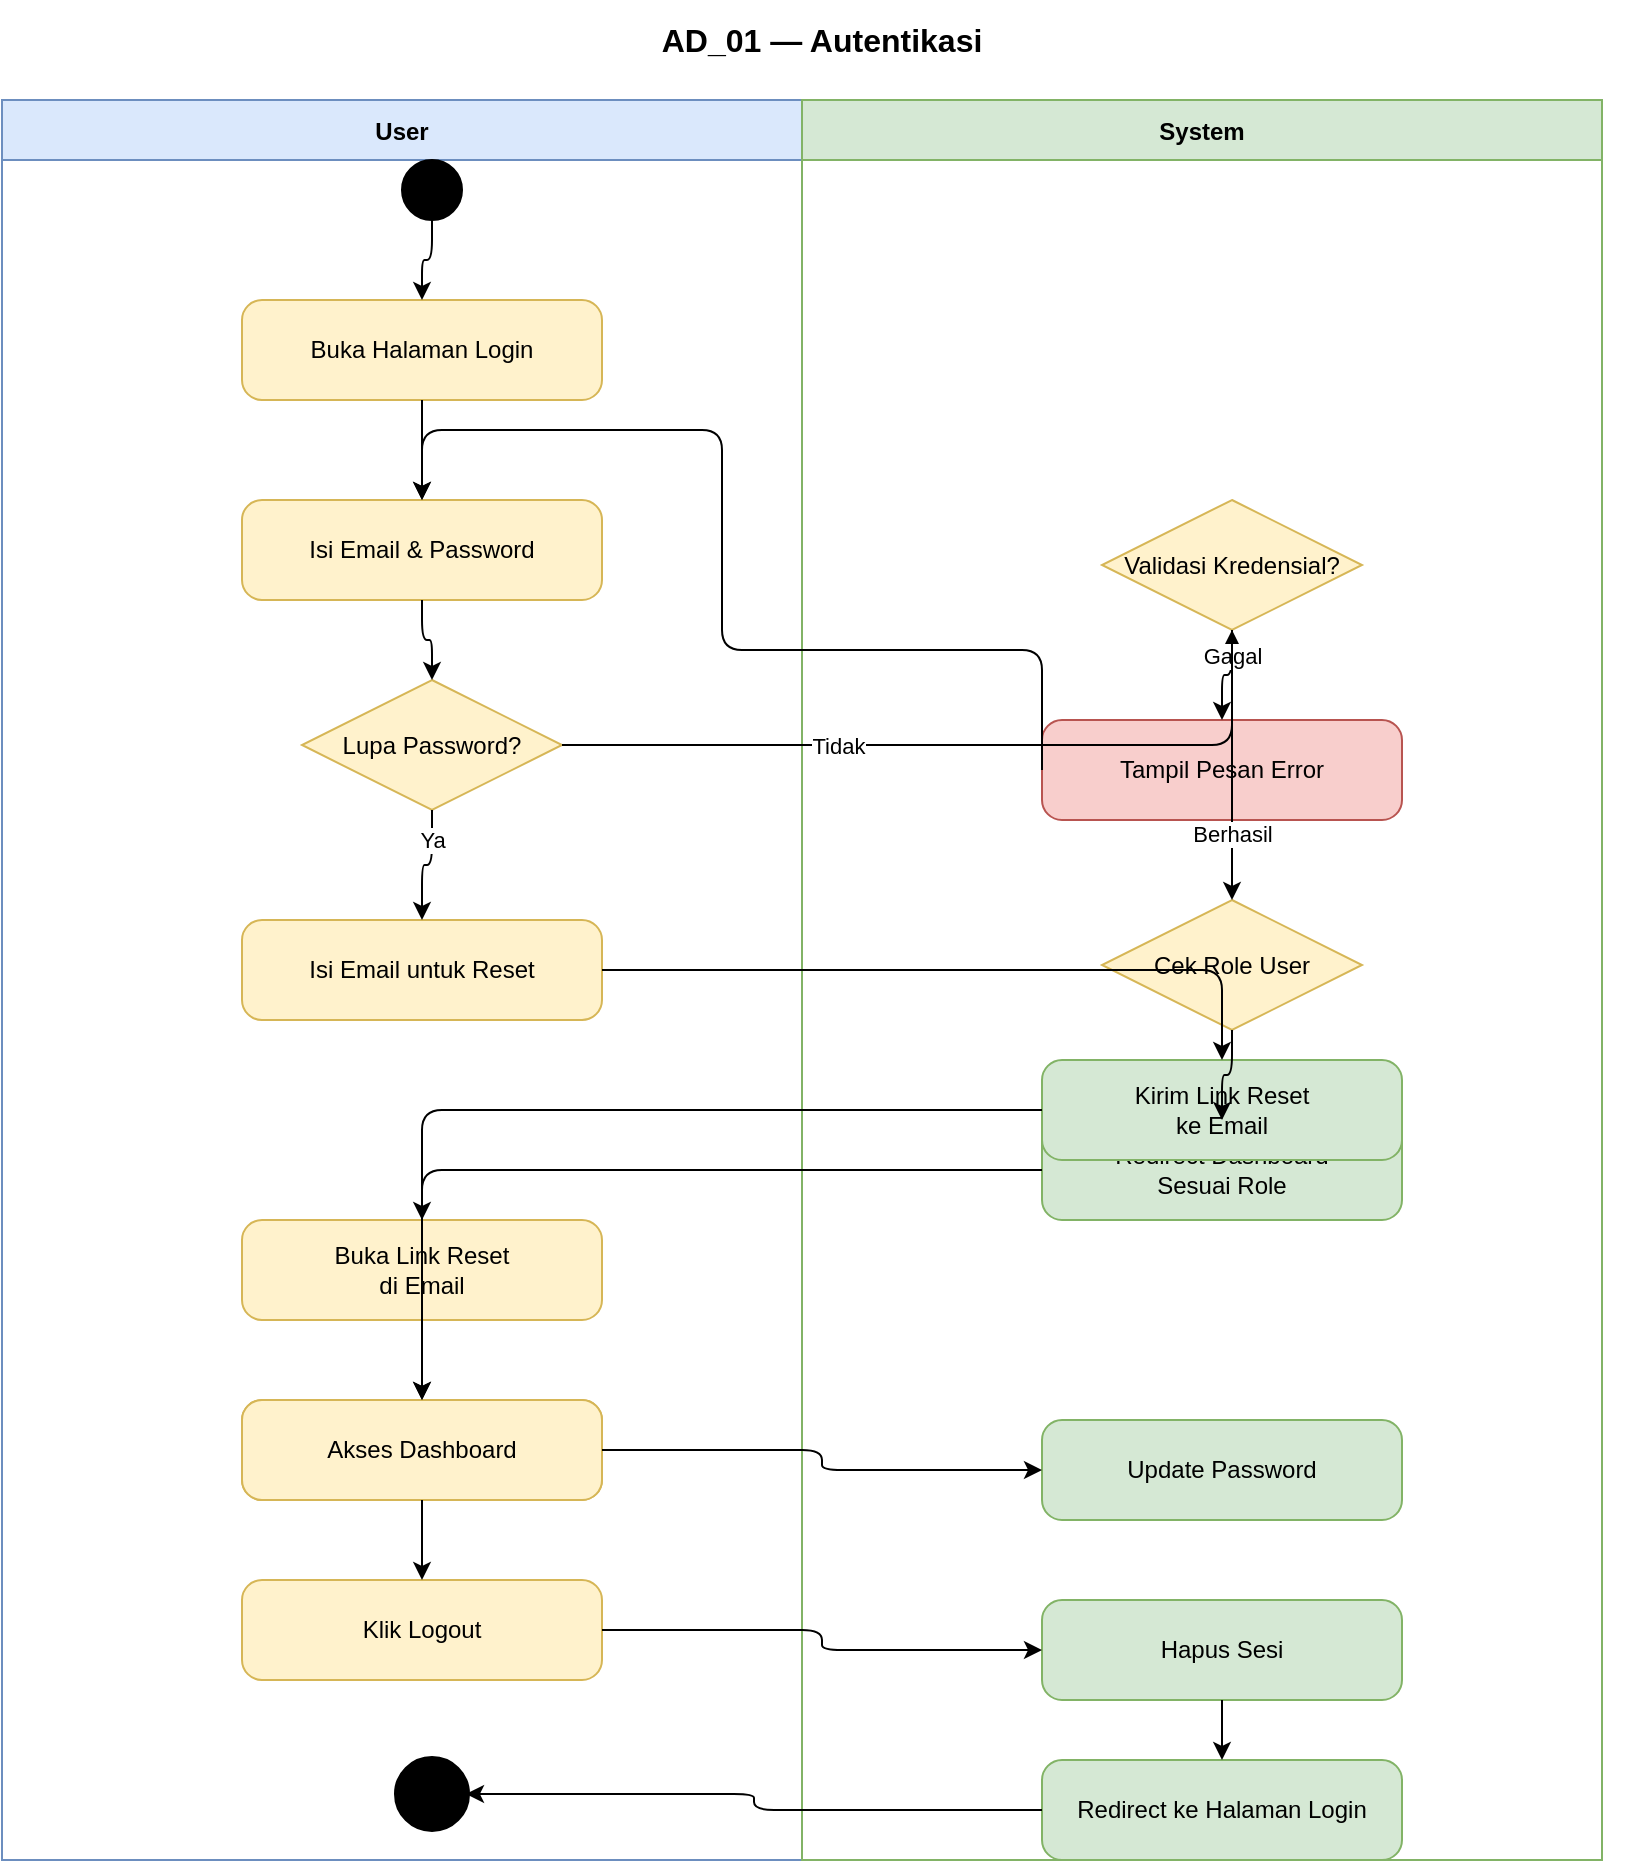
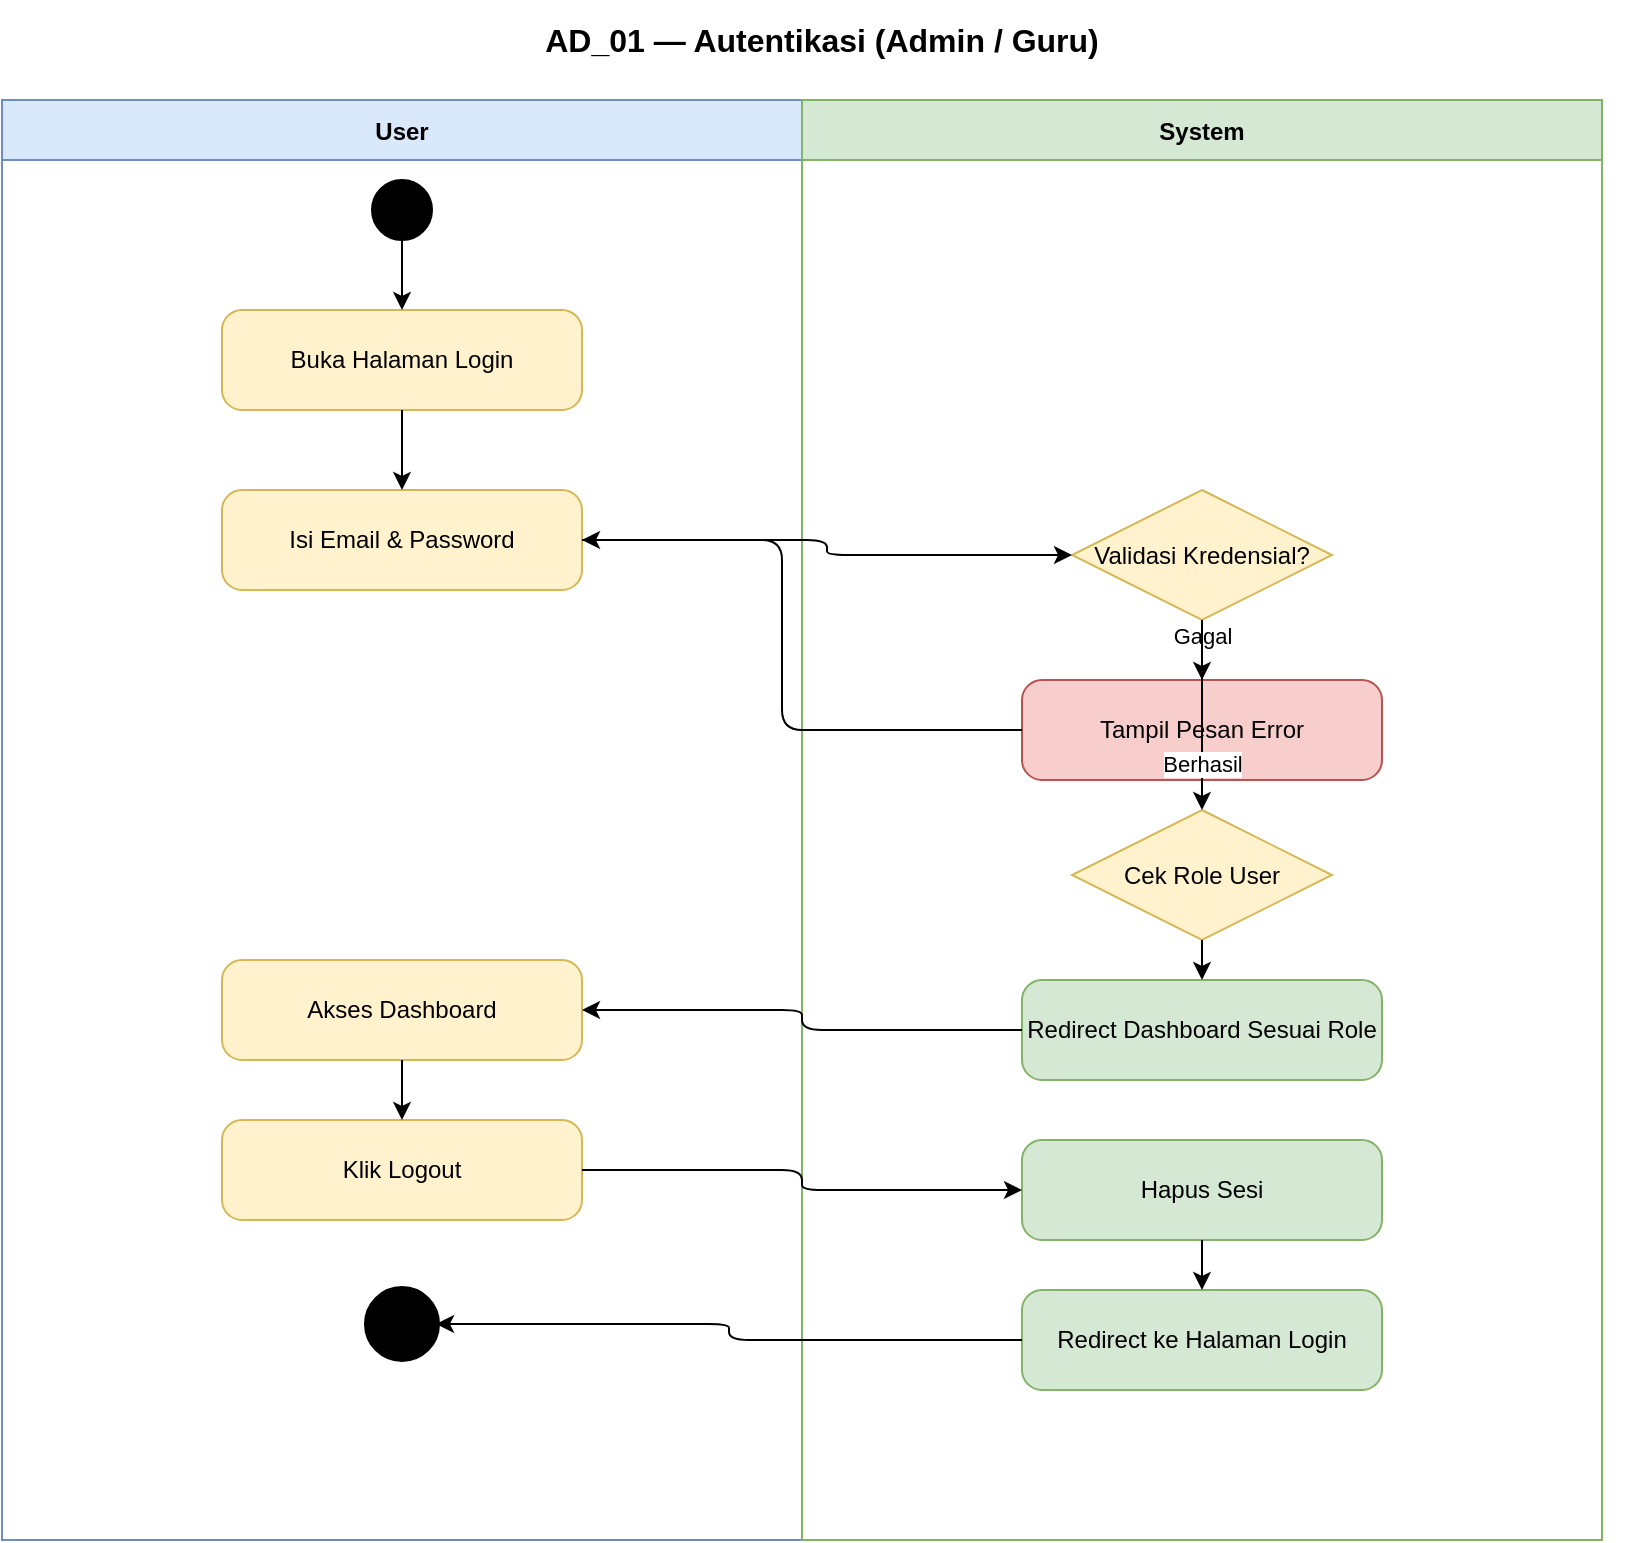
<?xml version="1.0" encoding="UTF-8"?>
<mxfile host="app.diagrams.net">
  <diagram name="Page-1">
    <mxGraphModel dx="1422" dy="762" grid="1" gridSize="10" guides="1" tooltips="1" connect="1" arrows="1" fold="1" page="1" pageScale="1" pageWidth="1169" pageHeight="827" math="0" shadow="0">
  <root>
    <mxCell id="0"/>
    <mxCell id="1" parent="0"/>

    <!-- Title -->
-     <mxCell id="title" value="AD_01 — Autentikasi" style="text;html=1;strokeColor=none;fillColor=none;align=center;verticalAlign=middle;whiteSpace=wrap;fontSize=16;fontStyle=1;" vertex="1" parent="1">
+     <mxCell id="title" value="AD_01 — Autentikasi (Admin / Guru)" style="text;html=1;strokeColor=none;fillColor=none;align=center;verticalAlign=middle;whiteSpace=wrap;fontSize=16;fontStyle=1;" vertex="1" parent="1">
      <mxGeometry x="20" y="10" width="820" height="40" as="geometry"/>
    </mxCell>

    <!-- Lane 1: User -->
    <mxCell id="lane1" value="User" style="swimlane;startSize=30;fillColor=#dae8fc;strokeColor=#6c8ebf;fontStyle=1;fontSize=12;" vertex="1" parent="1">
-       <mxGeometry x="20" y="60" width="400" height="880" as="geometry"/>
+       <mxGeometry x="20" y="60" width="400" height="720" as="geometry"/>
    </mxCell>

    <!-- Lane 2: System -->
    <mxCell id="lane2" value="System" style="swimlane;startSize=30;fillColor=#d5e8d4;strokeColor=#82b366;fontStyle=1;fontSize=12;" vertex="1" parent="1">
-       <mxGeometry x="420" y="60" width="400" height="880" as="geometry"/>
+       <mxGeometry x="420" y="60" width="400" height="720" as="geometry"/>
    </mxCell>

    <!-- ===== USER LANE ===== -->

    <!-- Start -->
    <mxCell id="u_start" value="" style="ellipse;aspect=fixed;fillColor=#000000;strokeColor=#000000;" vertex="1" parent="1">
-       <mxGeometry x="220" y="90" width="30" height="30" as="geometry"/>
+       <mxGeometry x="205" y="100" width="30" height="30" as="geometry"/>
    </mxCell>

    <!-- Buka Halaman Login -->
    <mxCell id="u_open" value="Buka Halaman Login" style="rounded=1;whiteSpace=wrap;html=1;fillColor=#fff2cc;strokeColor=#d6b656;arcSize=20;" vertex="1" parent="1">
-       <mxGeometry x="140" y="160" width="180" height="50" as="geometry"/>
+       <mxGeometry x="130" y="165" width="180" height="50" as="geometry"/>
    </mxCell>

    <!-- Isi Email & Password -->
    <mxCell id="u_fill" value="Isi Email &amp; Password" style="rounded=1;whiteSpace=wrap;html=1;fillColor=#fff2cc;strokeColor=#d6b656;arcSize=20;" vertex="1" parent="1">
-       <mxGeometry x="140" y="260" width="180" height="50" as="geometry"/>
+       <mxGeometry x="130" y="255" width="180" height="50" as="geometry"/>
    </mxCell>

-     <!-- Klik Lupa Password? (Decision) -->
-     <mxCell id="u_forgot_dec" value="Lupa Password?" style="rhombus;whiteSpace=wrap;html=1;fillColor=#fff2cc;strokeColor=#d6b656;" vertex="1" parent="1">
-       <mxGeometry x="170" y="350" width="130" height="65" as="geometry"/>
-     </mxCell>
- 
-     <!-- Isi Email Reset -->
-     <mxCell id="u_reset_email" value="Isi Email untuk Reset" style="rounded=1;whiteSpace=wrap;html=1;fillColor=#fff2cc;strokeColor=#d6b656;arcSize=20;" vertex="1" parent="1">
-       <mxGeometry x="140" y="470" width="180" height="50" as="geometry"/>
-     </mxCell>
- 
-     <!-- Buka Link Reset di Email -->
-     <mxCell id="u_open_link" value="Buka Link Reset&lt;br&gt;di Email" style="rounded=1;whiteSpace=wrap;html=1;fillColor=#fff2cc;strokeColor=#d6b656;arcSize=20;" vertex="1" parent="1">
-       <mxGeometry x="140" y="620" width="180" height="50" as="geometry"/>
-     </mxCell>
- 
-     <!-- Isi Password Baru -->
-     <mxCell id="u_new_pass" value="Isi Password Baru" style="rounded=1;whiteSpace=wrap;html=1;fillColor=#fff2cc;strokeColor=#d6b656;arcSize=20;" vertex="1" parent="1">
-       <mxGeometry x="140" y="710" width="180" height="50" as="geometry"/>
-     </mxCell>
- 
-     <!-- Akses Dashboard (main flow) -->
+     <!-- Akses Dashboard -->
    <mxCell id="u_dashboard" value="Akses Dashboard" style="rounded=1;whiteSpace=wrap;html=1;fillColor=#fff2cc;strokeColor=#d6b656;arcSize=20;" vertex="1" parent="1">
-       <mxGeometry x="140" y="710" width="180" height="50" as="geometry"/>
+       <mxGeometry x="130" y="490" width="180" height="50" as="geometry"/>
    </mxCell>

    <!-- Klik Logout -->
    <mxCell id="u_logout" value="Klik Logout" style="rounded=1;whiteSpace=wrap;html=1;fillColor=#fff2cc;strokeColor=#d6b656;arcSize=20;" vertex="1" parent="1">
-       <mxGeometry x="140" y="800" width="180" height="50" as="geometry"/>
+       <mxGeometry x="130" y="570" width="180" height="50" as="geometry"/>
    </mxCell>

    <!-- End -->
    <mxCell id="u_end" value="" style="ellipse;aspect=fixed;fillColor=#000000;strokeColor=#000000;strokeWidth=4;" vertex="1" parent="1">
-       <mxGeometry x="218" y="890" width="34" height="34" as="geometry"/>
+       <mxGeometry x="203" y="655" width="34" height="34" as="geometry"/>
    </mxCell>

    <!-- ===== SYSTEM LANE ===== -->

    <!-- Validasi Kredensial -->
    <mxCell id="s_validate" value="Validasi Kredensial?" style="rhombus;whiteSpace=wrap;html=1;fillColor=#fff2cc;strokeColor=#d6b656;" vertex="1" parent="1">
-       <mxGeometry x="570" y="260" width="130" height="65" as="geometry"/>
+       <mxGeometry x="555" y="255" width="130" height="65" as="geometry"/>
    </mxCell>

    <!-- Tampil Pesan Error -->
    <mxCell id="s_error" value="Tampil Pesan Error" style="rounded=1;whiteSpace=wrap;html=1;fillColor=#f8cecc;strokeColor=#b85450;arcSize=20;" vertex="1" parent="1">
-       <mxGeometry x="540" y="370" width="180" height="50" as="geometry"/>
+       <mxGeometry x="530" y="350" width="180" height="50" as="geometry"/>
    </mxCell>

    <!-- Cek Role User -->
    <mxCell id="s_role" value="Cek Role User" style="rhombus;whiteSpace=wrap;html=1;fillColor=#fff2cc;strokeColor=#d6b656;" vertex="1" parent="1">
-       <mxGeometry x="570" y="460" width="130" height="65" as="geometry"/>
+       <mxGeometry x="555" y="415" width="130" height="65" as="geometry"/>
    </mxCell>

    <!-- Redirect Sesuai Role -->
-     <mxCell id="s_redirect" value="Redirect Dashboard&lt;br&gt;Sesuai Role" style="rounded=1;whiteSpace=wrap;html=1;fillColor=#d5e8d4;strokeColor=#82b366;arcSize=20;" vertex="1" parent="1">
-       <mxGeometry x="540" y="570" width="180" height="50" as="geometry"/>
-     </mxCell>
- 
-     <!-- Kirim Link Reset -->
-     <mxCell id="s_send_link" value="Kirim Link Reset&lt;br&gt;ke Email" style="rounded=1;whiteSpace=wrap;html=1;fillColor=#d5e8d4;strokeColor=#82b366;arcSize=20;" vertex="1" parent="1">
-       <mxGeometry x="540" y="540" width="180" height="50" as="geometry"/>
-     </mxCell>
- 
-     <!-- Update Password -->
-     <mxCell id="s_update_pass" value="Update Password" style="rounded=1;whiteSpace=wrap;html=1;fillColor=#d5e8d4;strokeColor=#82b366;arcSize=20;" vertex="1" parent="1">
-       <mxGeometry x="540" y="720" width="180" height="50" as="geometry"/>
+     <mxCell id="s_redirect" value="Redirect Dashboard Sesuai Role" style="rounded=1;whiteSpace=wrap;html=1;fillColor=#d5e8d4;strokeColor=#82b366;arcSize=20;" vertex="1" parent="1">
+       <mxGeometry x="530" y="500" width="180" height="50" as="geometry"/>
    </mxCell>

    <!-- Hapus Sesi -->
    <mxCell id="s_clear" value="Hapus Sesi" style="rounded=1;whiteSpace=wrap;html=1;fillColor=#d5e8d4;strokeColor=#82b366;arcSize=20;" vertex="1" parent="1">
-       <mxGeometry x="540" y="810" width="180" height="50" as="geometry"/>
+       <mxGeometry x="530" y="580" width="180" height="50" as="geometry"/>
    </mxCell>

    <!-- Redirect ke Login -->
    <mxCell id="s_redir_login" value="Redirect ke Halaman Login" style="rounded=1;whiteSpace=wrap;html=1;fillColor=#d5e8d4;strokeColor=#82b366;arcSize=20;" vertex="1" parent="1">
-       <mxGeometry x="540" y="890" width="180" height="50" as="geometry"/>
+       <mxGeometry x="530" y="655" width="180" height="50" as="geometry"/>
    </mxCell>

    <!-- ===== EDGES ===== -->

    <!-- Start → Buka Login -->
    <mxCell id="e1" style="edgeStyle=orthogonalEdgeStyle;" edge="1" source="u_start" target="u_open" parent="1">
      <mxGeometry relative="1" as="geometry"/>
    </mxCell>

    <!-- Buka Login → Isi Form -->
    <mxCell id="e2" style="edgeStyle=orthogonalEdgeStyle;" edge="1" source="u_open" target="u_fill" parent="1">
      <mxGeometry relative="1" as="geometry"/>
    </mxCell>

-     <!-- Isi Form → Lupa Password? -->
-     <mxCell id="e3" style="edgeStyle=orthogonalEdgeStyle;" edge="1" source="u_fill" target="u_forgot_dec" parent="1">
+     <!-- Isi Form → Validasi -->
+     <mxCell id="e3" style="edgeStyle=orthogonalEdgeStyle;" edge="1" source="u_fill" target="s_validate" parent="1">
      <mxGeometry relative="1" as="geometry"/>
    </mxCell>

-     <!-- Lupa Password? → Isi Email Reset (Ya) -->
-     <mxCell id="e4" style="edgeStyle=orthogonalEdgeStyle;" edge="1" source="u_forgot_dec" target="u_reset_email" parent="1">
+     <!-- Validasi → Error (Gagal) -->
+     <mxCell id="e4" style="edgeStyle=orthogonalEdgeStyle;" edge="1" source="s_validate" target="s_error" parent="1">
      <mxGeometry relative="1" as="geometry"/>
    </mxCell>
-     <mxCell id="e4_lbl" value="Ya" style="edgeLabel;html=1;align=center;verticalAlign=middle;resizable=0;" vertex="1" connectable="0" parent="e4">
+     <mxCell id="e4_lbl" value="Gagal" style="edgeLabel;html=1;align=center;verticalAlign=middle;resizable=0;" vertex="1" connectable="0" parent="e4">
      <mxGeometry x="-0.5" relative="1" as="geometry"><mxPoint as="offset"/></mxGeometry>
    </mxCell>

-     <!-- Lupa Password? → System Validasi (Tidak = Login biasa) -->
-     <mxCell id="e5" style="edgeStyle=orthogonalEdgeStyle;" edge="1" source="u_forgot_dec" target="s_validate" parent="1">
-       <mxGeometry relative="1" as="geometry"/>
-     </mxCell>
-     <mxCell id="e5_lbl" value="Tidak" style="edgeLabel;html=1;align=center;verticalAlign=middle;resizable=0;" vertex="1" connectable="0" parent="e5">
-       <mxGeometry x="-0.3" relative="1" as="geometry"><mxPoint as="offset"/></mxGeometry>
-     </mxCell>
- 
-     <!-- User Isi Email Reset → System Kirim Link -->
-     <mxCell id="e6" style="edgeStyle=orthogonalEdgeStyle;" edge="1" source="u_reset_email" target="s_send_link" parent="1">
-       <mxGeometry relative="1" as="geometry"/>
-     </mxCell>
- 
-     <!-- System Kirim Link → User Buka Link -->
-     <mxCell id="e7" style="edgeStyle=orthogonalEdgeStyle;" edge="1" source="s_send_link" target="u_open_link" parent="1">
-       <mxGeometry relative="1" as="geometry"/>
-     </mxCell>
- 
-     <!-- User Buka Link → Isi Password Baru -->
-     <mxCell id="e8" style="edgeStyle=orthogonalEdgeStyle;" edge="1" source="u_open_link" target="u_new_pass" parent="1">
-       <mxGeometry relative="1" as="geometry"/>
-     </mxCell>
- 
-     <!-- User Isi Password Baru → System Update Password -->
-     <mxCell id="e9" style="edgeStyle=orthogonalEdgeStyle;" edge="1" source="u_new_pass" target="s_update_pass" parent="1">
-       <mxGeometry relative="1" as="geometry"/>
-     </mxCell>
- 
-     <!-- System Validate → Tampil Error (Gagal) -->
-     <mxCell id="e10" style="edgeStyle=orthogonalEdgeStyle;" edge="1" source="s_validate" target="s_error" parent="1">
-       <mxGeometry relative="1" as="geometry"/>
-     </mxCell>
-     <mxCell id="e10_lbl" value="Gagal" style="edgeLabel;html=1;align=center;verticalAlign=middle;resizable=0;" vertex="1" connectable="0" parent="e10">
-       <mxGeometry x="-0.5" relative="1" as="geometry"><mxPoint as="offset"/></mxGeometry>
-     </mxCell>
- 
-     <!-- System Error → User Isi Form (loop back) -->
-     <mxCell id="e11" style="edgeStyle=orthogonalEdgeStyle;exitX=0;exitY=0.5;exitDx=0;exitDy=0;" edge="1" source="s_error" target="u_fill" parent="1">
+     <!-- Error → Isi Form (loop back) -->
+     <mxCell id="e5" style="edgeStyle=orthogonalEdgeStyle;exitX=0;exitY=0.5;exitDx=0;exitDy=0;" edge="1" source="s_error" target="u_fill" parent="1">
      <mxGeometry relative="1" as="geometry">
        <Array as="points">
-           <mxPoint x="380" y="335"/>
-           <mxPoint x="380" y="225"/>
+           <mxPoint x="410" y="375"/>
+           <mxPoint x="410" y="280"/>
        </Array>
      </mxGeometry>
    </mxCell>

-     <!-- System Validate → Cek Role (Berhasil) -->
-     <mxCell id="e12" style="edgeStyle=orthogonalEdgeStyle;" edge="1" source="s_validate" target="s_role" parent="1">
+     <!-- Validasi → Cek Role (Berhasil) -->
+     <mxCell id="e6" style="edgeStyle=orthogonalEdgeStyle;" edge="1" source="s_validate" target="s_role" parent="1">
      <mxGeometry relative="1" as="geometry"/>
    </mxCell>
-     <mxCell id="e12_lbl" value="Berhasil" style="edgeLabel;html=1;align=center;verticalAlign=middle;resizable=0;" vertex="1" connectable="0" parent="e12">
+     <mxCell id="e6_lbl" value="Berhasil" style="edgeLabel;html=1;align=center;verticalAlign=middle;resizable=0;" vertex="1" connectable="0" parent="e6">
      <mxGeometry x="0.5" relative="1" as="geometry"><mxPoint as="offset"/></mxGeometry>
    </mxCell>

-     <!-- System Cek Role → Redirect -->
-     <mxCell id="e13" style="edgeStyle=orthogonalEdgeStyle;" edge="1" source="s_role" target="s_redirect" parent="1">
+     <!-- Cek Role → Redirect -->
+     <mxCell id="e7" style="edgeStyle=orthogonalEdgeStyle;" edge="1" source="s_role" target="s_redirect" parent="1">
      <mxGeometry relative="1" as="geometry"/>
    </mxCell>

-     <!-- System Redirect → User Dashboard -->
-     <mxCell id="e14" style="edgeStyle=orthogonalEdgeStyle;" edge="1" source="s_redirect" target="u_dashboard" parent="1">
+     <!-- Redirect → Dashboard -->
+     <mxCell id="e8" style="edgeStyle=orthogonalEdgeStyle;" edge="1" source="s_redirect" target="u_dashboard" parent="1">
      <mxGeometry relative="1" as="geometry"/>
    </mxCell>

-     <!-- User Dashboard → Logout -->
-     <mxCell id="e15" style="edgeStyle=orthogonalEdgeStyle;" edge="1" source="u_dashboard" target="u_logout" parent="1">
+     <!-- Dashboard → Logout -->
+     <mxCell id="e9" style="edgeStyle=orthogonalEdgeStyle;" edge="1" source="u_dashboard" target="u_logout" parent="1">
      <mxGeometry relative="1" as="geometry"/>
    </mxCell>

-     <!-- User Logout → System Hapus Sesi -->
-     <mxCell id="e16" style="edgeStyle=orthogonalEdgeStyle;" edge="1" source="u_logout" target="s_clear" parent="1">
+     <!-- Logout → Hapus Sesi -->
+     <mxCell id="e10" style="edgeStyle=orthogonalEdgeStyle;" edge="1" source="u_logout" target="s_clear" parent="1">
      <mxGeometry relative="1" as="geometry"/>
    </mxCell>

-     <!-- System Hapus Sesi → Redirect Login -->
-     <mxCell id="e17" style="edgeStyle=orthogonalEdgeStyle;" edge="1" source="s_clear" target="s_redir_login" parent="1">
+     <!-- Hapus Sesi → Redirect Login -->
+     <mxCell id="e11" style="edgeStyle=orthogonalEdgeStyle;" edge="1" source="s_clear" target="s_redir_login" parent="1">
      <mxGeometry relative="1" as="geometry"/>
    </mxCell>

-     <!-- System Redirect Login → End -->
-     <mxCell id="e18" style="edgeStyle=orthogonalEdgeStyle;" edge="1" source="s_redir_login" target="u_end" parent="1">
+     <!-- Redirect Login → End -->
+     <mxCell id="e12" style="edgeStyle=orthogonalEdgeStyle;" edge="1" source="s_redir_login" target="u_end" parent="1">
      <mxGeometry relative="1" as="geometry"/>
    </mxCell>

  </root>
</mxGraphModel>
  </diagram>
</mxfile>
